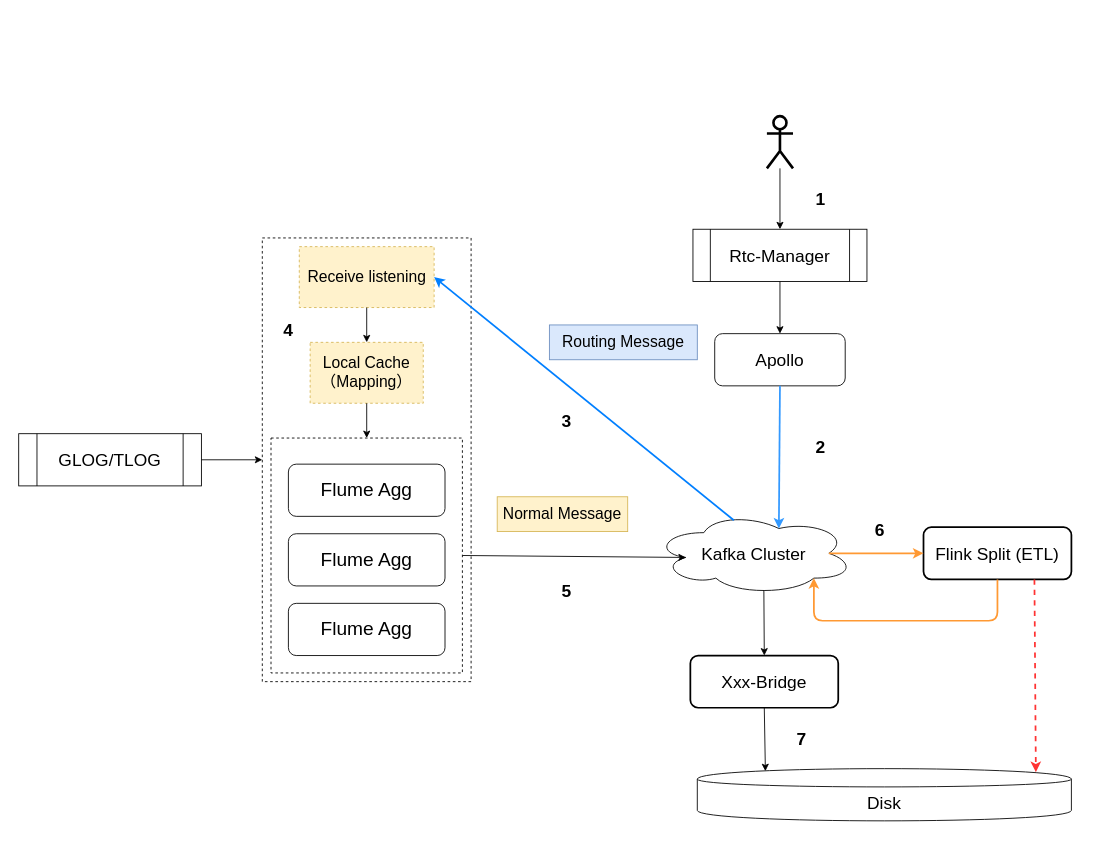
Above: map/Routing-Architecture.drawio in imperio-wxm/draw (draw.io), before the change. Source tidied: cells renumbered, new cells numbered last; positions are measured from the earlier drawing's top-left corner, leaving out a move shared by most shapes. Both pictures are drawn from the tidied source at 87%, with x=0, y=0 at pixel (18, 116).
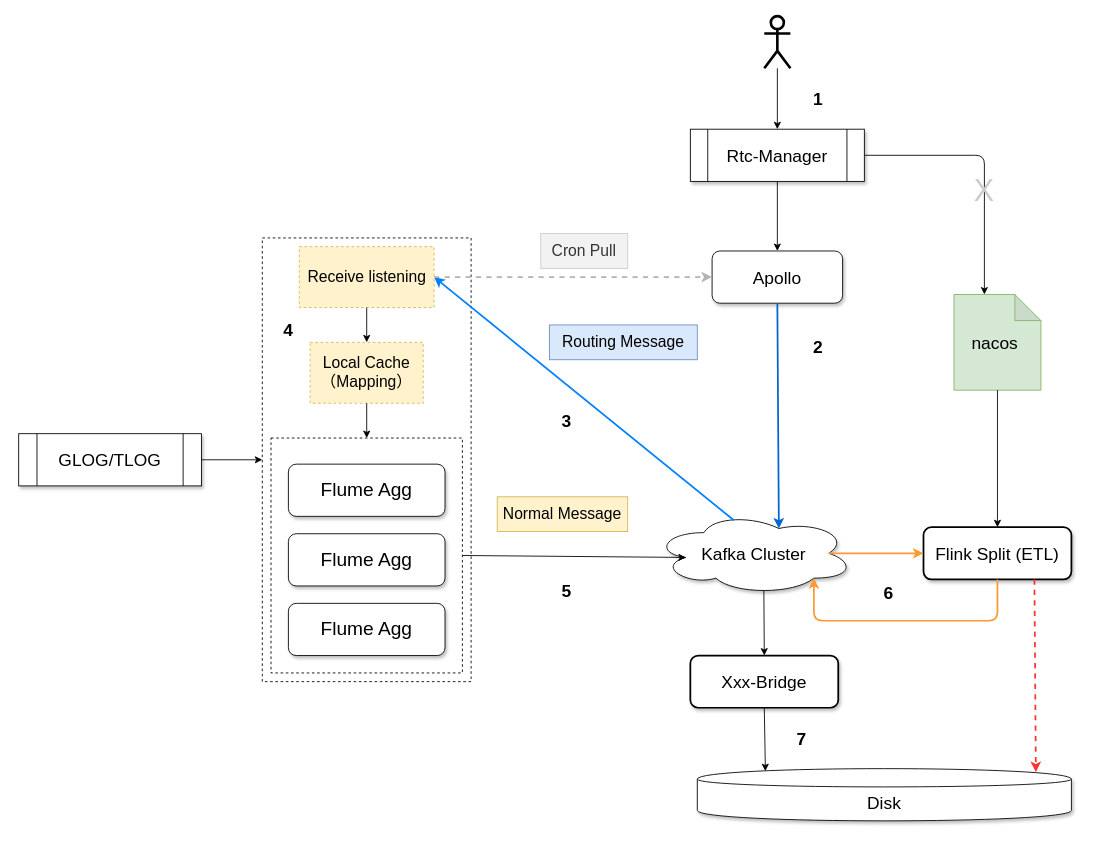
The same page after the edit.

The change refers to these unchanged cells:
```xml
<mxCell id="4" style="group;" parent="2" vertex="1">
  <mxGeometry x="10" y="230" width="220" height="270" as="geometry" />
</mxCell>
<mxCell id="9" value="&lt;span style=&quot;font-size: 18px&quot;&gt;Receive&amp;nbsp;listening&lt;/span&gt;" style="text;html=1;strokeColor=#d6b656;fillColor=#fff2cc;align=center;verticalAlign=middle;whiteSpace=wrap;rounded=0;dashed=1;" parent="2" vertex="1">
  <mxGeometry x="42.5" y="10" width="155" height="70" as="geometry" />
</mxCell>
```

What changed in the source:
```diff
@@
-    <mxCell id="6" value="&lt;font style=&quot;font-size: 22px&quot;&gt;Flume Agg&lt;/font&gt;" style="rounded=1;whiteSpace=wrap;html=1;" parent="4" vertex="1">
+    <mxCell id="6" value="&lt;font style=&quot;font-size: 22px&quot;&gt;Flume Agg&lt;/font&gt;" style="rounded=1;whiteSpace=wrap;html=1;shadow=1;" parent="4" vertex="1">
       <mxGeometry x="20" y="30" width="180" height="60" as="geometry" />
     </mxCell>
-    <mxCell id="7" value="&lt;font style=&quot;font-size: 22px&quot;&gt;Flume Agg&lt;/font&gt;" style="rounded=1;whiteSpace=wrap;html=1;" parent="4" vertex="1">
+    <mxCell id="7" value="&lt;font style=&quot;font-size: 22px&quot;&gt;Flume Agg&lt;/font&gt;" style="rounded=1;whiteSpace=wrap;html=1;shadow=1;" parent="4" vertex="1">
       <mxGeometry x="20" y="110" width="180" height="60" as="geometry" />
     </mxCell>
-    <mxCell id="8" value="&lt;font style=&quot;font-size: 22px&quot;&gt;Flume Agg&lt;/font&gt;" style="rounded=1;whiteSpace=wrap;html=1;" parent="4" vertex="1">
+    <mxCell id="8" value="&lt;font style=&quot;font-size: 22px&quot;&gt;Flume Agg&lt;/font&gt;" style="rounded=1;whiteSpace=wrap;html=1;shadow=1;" parent="4" vertex="1">
       <mxGeometry x="20" y="190" width="180" height="60" as="geometry" />
     </mxCell>
@@
-    <mxCell id="14" value="&lt;font style=&quot;font-size: 20px&quot;&gt;GLOG/TLOG&lt;/font&gt;" style="shape=process;whiteSpace=wrap;html=1;backgroundOutline=1;" parent="1" vertex="1">
+    <mxCell id="14" value="&lt;font style=&quot;font-size: 20px&quot;&gt;GLOG/TLOG&lt;/font&gt;" style="shape=process;whiteSpace=wrap;html=1;backgroundOutline=1;shadow=1;" parent="1" vertex="1">
       <mxGeometry y="365" width="210" height="60" as="geometry" />
     </mxCell>
@@
-    <mxCell id="16" value="&lt;font style=&quot;font-size: 20px&quot;&gt;Kafka Cluster&lt;/font&gt;" style="ellipse;shape=cloud;whiteSpace=wrap;html=1;fillColor=#ffffff;" parent="1" vertex="1">
+    <mxCell id="16" value="&lt;font style=&quot;font-size: 20px&quot;&gt;Kafka Cluster&lt;/font&gt;" style="ellipse;shape=cloud;whiteSpace=wrap;html=1;fillColor=#ffffff;shadow=1;" parent="1" vertex="1">
       <mxGeometry x="730" y="455" width="230" height="95" as="geometry" />
     </mxCell>
@@
-    <mxCell id="20" value="&lt;font style=&quot;font-size: 20px&quot;&gt;Rtc-Manager&lt;/font&gt;" style="shape=process;whiteSpace=wrap;html=1;backgroundOutline=1;fillColor=#ffffff;" parent="1" vertex="1">
-      <mxGeometry x="775" y="130" width="200" height="60" as="geometry" />
+    <mxCell id="20" value="&lt;font style=&quot;font-size: 20px&quot;&gt;Rtc-Manager&lt;/font&gt;" style="shape=process;whiteSpace=wrap;html=1;backgroundOutline=1;fillColor=#ffffff;shadow=1;" parent="1" vertex="1">
+      <mxGeometry x="772" y="15" width="200" height="60" as="geometry" />
     </mxCell>
-    <mxCell id="21" value="&lt;font style=&quot;font-size: 20px&quot;&gt;Apollo&lt;/font&gt;" style="rounded=1;whiteSpace=wrap;html=1;fillColor=#ffffff;" parent="1" vertex="1">
-      <mxGeometry x="800" y="250" width="150" height="60" as="geometry" />
+    <mxCell id="21" value="&lt;font style=&quot;font-size: 20px&quot;&gt;Apollo&lt;/font&gt;" style="rounded=1;whiteSpace=wrap;html=1;fillColor=#ffffff;shadow=1;" parent="1" vertex="1">
+      <mxGeometry x="797" y="155" width="150" height="60" as="geometry" />
     </mxCell>
@@
-    <mxCell id="23" style="endArrow=classic;html=1;strokeColor=#3399FF;strokeWidth=2;exitX=0.5;exitY=1;exitDx=0;exitDy=0;entryX=0.625;entryY=0.2;entryDx=0;entryDy=0;entryPerimeter=0;" parent="1" edge="1" source="21" target="16">
+    <mxCell id="23" style="endArrow=classic;html=1;strokeColor=#0066CC;strokeWidth=2;exitX=0.5;exitY=1;exitDx=0;exitDy=0;entryX=0.625;entryY=0.2;entryDx=0;entryDy=0;entryPerimeter=0;" parent="1" edge="1" source="21" target="16">
       <mxGeometry relative="1" as="geometry" />
     </mxCell>
@@
     <mxCell id="25" style="shape=umlActor;verticalLabelPosition=bottom;labelBackgroundColor=#ffffff;verticalAlign=top;html=1;outlineConnect=0;fillColor=#ffffff;strokeWidth=3;" parent="1" vertex="1">
-      <mxGeometry x="860" width="30" height="60" as="geometry" />
+      <mxGeometry x="857" y="-115" width="30" height="60" as="geometry" />
     </mxCell>
@@
-    <mxCell id="27" value="&lt;font style=&quot;font-size: 20px&quot;&gt;Xxx-Bridge&lt;/font&gt;" style="rounded=1;whiteSpace=wrap;html=1;strokeWidth=2;fillColor=#ffffff;" parent="1" vertex="1">
+    <mxCell id="27" value="&lt;font style=&quot;font-size: 20px&quot;&gt;Xxx-Bridge&lt;/font&gt;" style="rounded=1;whiteSpace=wrap;html=1;strokeWidth=2;fillColor=#ffffff;shadow=1;" parent="1" vertex="1">
       <mxGeometry x="772" y="620" width="170" height="60" as="geometry" />
     </mxCell>
-    <mxCell id="28" value="&lt;font style=&quot;font-size: 20px&quot;&gt;Flink Split (ETL)&lt;/font&gt;" style="rounded=1;whiteSpace=wrap;html=1;strokeWidth=2;fillColor=#ffffff;" parent="1" vertex="1">
+    <mxCell id="28" value="&lt;font style=&quot;font-size: 20px&quot;&gt;Flink Split (ETL)&lt;/font&gt;" style="rounded=1;whiteSpace=wrap;html=1;strokeWidth=2;fillColor=#ffffff;shadow=1;" parent="1" vertex="1">
       <mxGeometry x="1040" y="472.5" width="170" height="60" as="geometry" />
     </mxCell>
@@
-    <mxCell id="32" value="&lt;font style=&quot;font-size: 20px&quot;&gt;Disk&lt;/font&gt;" style="shape=cylinder;whiteSpace=wrap;html=1;boundedLbl=1;backgroundOutline=1;strokeWidth=1;fillColor=#ffffff;" parent="1" vertex="1">
+    <mxCell id="32" value="&lt;font style=&quot;font-size: 20px&quot;&gt;Disk&lt;/font&gt;" style="shape=cylinder;whiteSpace=wrap;html=1;boundedLbl=1;backgroundOutline=1;strokeWidth=1;fillColor=#ffffff;shadow=1;" parent="1" vertex="1">
       <mxGeometry x="780" y="750" width="430" height="60" as="geometry" />
     </mxCell>
@@
     <mxCell id="35" value="&lt;font style=&quot;font-size: 20px&quot;&gt;&lt;b&gt;1&lt;/b&gt;&lt;/font&gt;" style="text;html=1;strokeColor=none;fillColor=none;align=center;verticalAlign=middle;whiteSpace=wrap;rounded=0;" parent="1" vertex="1">
-      <mxGeometry x="902" y="80" width="40" height="30" as="geometry" />
+      <mxGeometry x="899" y="-35" width="40" height="30" as="geometry" />
     </mxCell>
     <mxCell id="36" value="&lt;font style=&quot;font-size: 20px&quot;&gt;&lt;b&gt;2&lt;/b&gt;&lt;/font&gt;" style="text;html=1;strokeColor=none;fillColor=none;align=center;verticalAlign=middle;whiteSpace=wrap;rounded=0;" parent="1" vertex="1">
-      <mxGeometry x="902" y="365" width="40" height="30" as="geometry" />
+      <mxGeometry x="899" y="250" width="40" height="30" as="geometry" />
     </mxCell>
@@
     <mxCell id="39" value="&lt;font style=&quot;font-size: 20px&quot;&gt;&lt;b&gt;6&lt;/b&gt;&lt;/font&gt;" style="text;html=1;strokeColor=none;fillColor=none;align=center;verticalAlign=middle;whiteSpace=wrap;rounded=0;" parent="1" vertex="1">
-      <mxGeometry x="970" y="460" width="40" height="30" as="geometry" />
+      <mxGeometry x="980" y="532.5" width="40" height="30" as="geometry" />
     </mxCell>
@@
+    <mxCell id="41" style="endArrow=classic;html=1;dashed=1;strokeColor=#B3B3B3;strokeWidth=2;exitX=1;exitY=0.5;exitDx=0;exitDy=0;entryX=0;entryY=0.5;entryDx=0;entryDy=0;" parent="1" edge="1" source="9" target="21">
+      <mxGeometry relative="1" as="geometry" />
+    </mxCell>
+    <mxCell id="42" value="&lt;font style=&quot;font-size: 18px&quot;&gt;Cron Pull&lt;/font&gt;" style="text;html=1;strokeColor=#CCCCCC;fillColor=#F2F2F2;align=center;verticalAlign=middle;whiteSpace=wrap;rounded=0;fontColor=#333333;" parent="1" vertex="1">
+      <mxGeometry x="600" y="135" width="100" height="40" as="geometry" />
+    </mxCell>
+    <mxCell id="43" value="&lt;font style=&quot;font-size: 20px&quot;&gt;nacos&amp;nbsp;&lt;/font&gt;" style="shape=note;whiteSpace=wrap;html=1;backgroundOutline=1;darkOpacity=0.05;shadow=0;strokeColor=#82b366;strokeWidth=1;fillColor=#d5e8d4;" parent="1" vertex="1">
+      <mxGeometry x="1075" y="205" width="100" height="110" as="geometry" />
+    </mxCell>
+    <mxCell id="44" style="edgeStyle=segmentEdgeStyle;endArrow=classic;html=1;strokeColor=#000000;strokeWidth=1;entryX=0;entryY=0;entryDx=35;entryDy=0;entryPerimeter=0;exitX=1;exitY=0.5;exitDx=0;exitDy=0;" parent="1" edge="1" source="20" target="43">
+      <mxGeometry relative="1" as="geometry" />
+    </mxCell>
+    <mxCell id="45" style="endArrow=classic;html=1;strokeColor=#000000;strokeWidth=1;exitX=0.5;exitY=1;exitDx=0;exitDy=0;exitPerimeter=0;entryX=0.5;entryY=0;entryDx=0;entryDy=0;" parent="1" edge="1" source="43" target="28">
+      <mxGeometry relative="1" as="geometry" />
+    </mxCell>
+    <mxCell id="46" value="&lt;font style=&quot;font-size: 35px&quot; color=&quot;#cccccc&quot;&gt;X&lt;/font&gt;" style="text;html=1;align=center;verticalAlign=middle;whiteSpace=wrap;rounded=0;shadow=0;" parent="1" vertex="1">
+      <mxGeometry x="1090" y="65" width="40" height="40" as="geometry" />
+    </mxCell>
```
